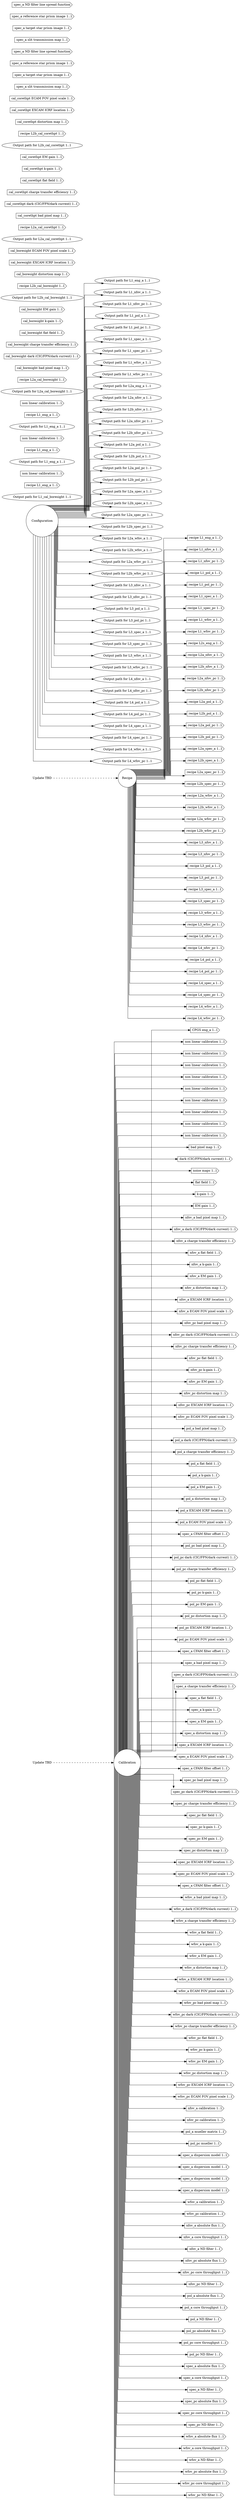
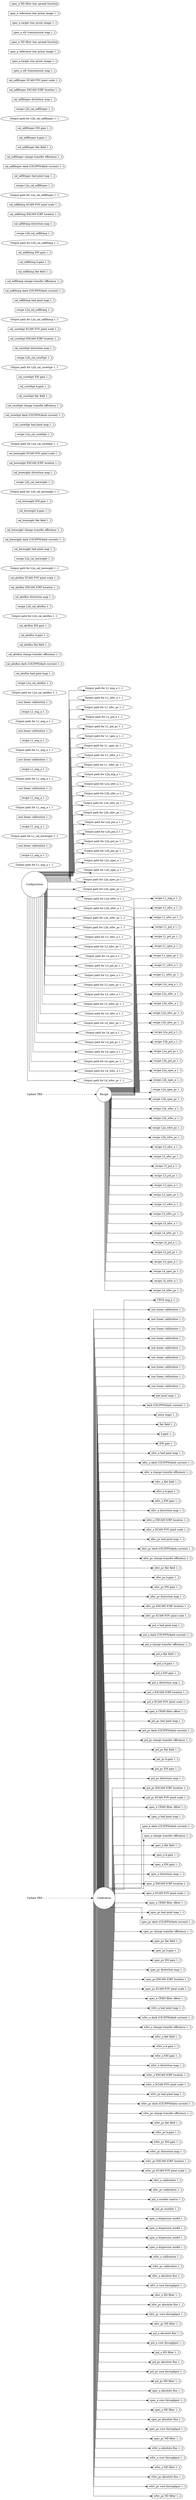
digraph Clerks
{
  graph [splines="ortho", rankdir=LR];

  alarm_cal [label="Update TBD", shape="none"];
  alarm_rec [label="Update TBD", shape="none"];

  calib [label="Calibration", shape="circle",
         runname="clerk.calibration"
         runtype="dawgie.Analyzer"
         fsmtype="dip.clerk.impls.calibration.FSM"];
  config [label="Configuration", shape="circle",
          runname="clerk.configuration",
          runtype="dawgie.Analyzer",
          fsmtype="dip.clerk.impls.config.FSM"];
  recipe [label="Recipe", shape="circle",
          runname="clerk.recipe"
          runtype="dawgie.Analyzer"
          fsmtype="dip.clerk.impls.recipe.FSM"];

  eng_a_cpgs [label="CPGS eng_a 1..1", shape="cds",
              valname="clerk.calibration.eng_a.cpgs",
              valtype="dip.base.Cpgs"];

  // begin l1
+   l1_cal_absflux_odir [label="Output path for L1_eng_a 1..1", shape="ellipse",
+                        valname="clerk.configuration.l1_cal_absflux.outdir",
+                        valtype="dip.base.Configuration"];
+   l1_cal_absflux_rec [label="recipe L1_eng_a 1..1", shape="cds",
+                       valname="clerk.recipe.l1_cal_absflux.recipe",
+                       valtype="dip.base.Recipe"];
+   l1_cal_absflux_nllut [label="non linear calibration 1..1", shape="cds",
+                         valname="clerk.calibration.l1_cal_absflux.nonlin",
+                         valtype="dip.base.Calibration"];
+ 
  l1_cal_boresight_odir [label="Output path for L1_cal_boresight 1..1", shape="ellipse",
                         valname="clerk.configuration.l1_cal_boresight.outdir",
                         valtype="dip.base.Configuration"];
  l1_cal_boresight_rec [label="recipe L1_eng_a 1..1", shape="cds",
                        valname="clerk.recipe.l1_cal_boresight.recipe",
                        valtype="dip.base.Recipe"];
  l1_cal_boresight_nllut [label="non linear calibration 1..1", shape="cds",
                          valname="clerk.calibration.l1_cal_boresight.nonlin",
                          valtype="dip.base.Calibration"];

  l1_cal_corethpt_odir [label="Output path for L1_eng_a 1..1", shape="ellipse",
                        valname="clerk.configuration.l1_cal_corethpt.outdir",
                        valtype="dip.base.Configuration"];
  l1_cal_corethpt_rec [label="recipe L1_eng_a 1..1", shape="cds",
                       valname="clerk.recipe.l1_cal_corethpt.recipe",
                       valtype="dip.base.Recipe"];
  l1_cal_corethpt_nllut [label="non linear calibration 1..1", shape="cds",
                         valname="clerk.calibration.l1_cal_corethpt.nonlin",
                         valtype="dip.base.Calibration"];

+   l1_cal_ndfiltimg_odir [label="Output path for L1_eng_a 1..1", shape="ellipse",
+                         valname="clerk.configuration.l1_cal_ndfiltimg.outdir",
+                         valtype="dip.base.Configuration"];
+   l1_cal_ndfiltimg_rec [label="recipe L1_eng_a 1..1", shape="cds",
+                        valname="clerk.recipe.l1_cal_ndfiltimg.recipe",
+                        valtype="dip.base.Recipe"];
+   l1_cal_ndfiltimg_nllut [label="non linear calibration 1..1", shape="cds",
+                          valname="clerk.calibration.l1_cal_ndfiltimg.nonlin",
+                          valtype="dip.base.Calibration"];
+ 
+   l1_cal_ndfiltspec_odir [label="Output path for L1_eng_a 1..1", shape="ellipse",
+                           valname="clerk.configuration.l1_cal_ndfiltspec.outdir",
+                           valtype="dip.base.Configuration"];
+   l1_cal_ndfiltspec_rec [label="recipe L1_eng_a 1..1", shape="cds",
+                          valname="clerk.recipe.l1_cal_ndfiltspec.recipe",
+                          valtype="dip.base.Recipe"];
+   l1_cal_ndfiltspec_nllut [label="non linear calibration 1..1", shape="cds",
+                            valname="clerk.calibration.l1_cal_ndfiltspec.nonlin",
+                            valtype="dip.base.Calibration"];
+ 
  l1_cal_pupil_odir [label="Output path for L1_eng_a 1..1", shape="ellipse",
                     valname="clerk.configuration.l1_cal_pupil.outdir",
                     valtype="dip.base.Configuration"];
  l1_cal_pupil_rec [label="recipe L1_eng_a 1..1", shape="cds",
                    valname="clerk.recipe.l1_cal_pupil.recipe",
                    valtype="dip.base.Recipe"];
  l1_cal_pupil_nllut [label="non linear calibration 1..1", shape="cds",
                      valname="clerk.calibration.l1_cal_pupil.nonlin",
                      valtype="dip.base.Calibration"];

  l1_eng_a_odir [label="Output path for L1_eng_a 1..1", shape="ellipse",
                 valname="clerk.configuration.l1_eng_a.outdir",
                 valtype="dip.base.Configuration"];
  l1_eng_a_rec [label="recipe L1_eng_a 1..1", shape="cds",
                valname="clerk.recipe.l1_eng_a.recipe",
                valtype="dip.base.Recipe"];
  l1_eng_a_nln [label="non linear calibration 1..1", shape="cds",
                valname="clerk.calibration.l1_eng_a.nonlin",
                valtype="dip.base.Calibration"];

  l1_nfov_a_odir [label="Output path for L1_nfov_a 1..1", shape="ellipse",
                 valname="clerk.configuration.l1_nfov_a.outdir",
                 valtype="dip.base.Configuration"];
  l1_nfov_a_rec [label="recipe L1_nfov_a 1..1", shape="cds",
                valname="clerk.recipe.l1_nfov_a.recipe",
                valtype="dip.base.Recipe"];
  l1_nfov_a_nllut [label="non linear calibration 1..1", shape="cds",
                     valname="clerk.calibration.l1_nfov_a.nonlin",
                     valtype="dip.base.Calibration"];

  l1_nfov_pc_odir [label="Output path for L1_nfov_pc 1..1", shape="ellipse",
                 valname="clerk.configuration.l1_nfov_pc.outdir",
                 valtype="dip.base.Configuration"];
  l1_nfov_pc_rec [label="recipe L1_nfov_pc 1..1", shape="cds",
                valname="clerk.recipe.l1_nfov_pc.recipe",
                valtype="dip.base.Recipe"];
  l1_nfov_pc_nllut [label="non linear calibration 1..1", shape="cds",
                     valname="clerk.calibration.l1_nfov_pc.nonlin",
                     valtype="dip.base.Calibration"];

  l1_pol_a_odir [label="Output path for L1_pol_a 1..1", shape="ellipse",
                 valname="clerk.configuration.l1_pol_a.outdir",
                 valtype="dip.base.Configuration"];
  l1_pol_a_rec [label="recipe L1_pol_a 1..1", shape="cds",
                valname="clerk.recipe.l1_pol_a.recipe",
                valtype="dip.base.Recipe"];
  l1_pol_a_nllut [label="non linear calibration 1..1", shape="cds",
                     valname="clerk.calibration.l1_pol_a.nonlin",
                     valtype="dip.base.Calibration"];

  l1_pol_pc_odir [label="Output path for L1_pol_pc 1..1", shape="ellipse",
                 valname="clerk.configuration.l1_pol_pc.outdir",
                 valtype="dip.base.Configuration"];
  l1_pol_pc_rec [label="recipe L1_pol_pc 1..1", shape="cds",
                valname="clerk.recipe.l1_pol_pc.recipe",
                valtype="dip.base.Recipe"];
  l1_pol_pc_nllut [label="non linear calibration 1..1", shape="cds",
                     valname="clerk.calibration.l1_pol_pc.nonlin",
                     valtype="dip.base.Calibration"];

  l1_spec_a_odir [label="Output path for L1_spec_a 1..1", shape="ellipse",
                 valname="clerk.configuration.l1_spec_a.outdir",
                 valtype="dip.base.Configuration"];
  l1_spec_a_rec [label="recipe L1_spec_a 1..1", shape="cds",
                valname="clerk.recipe.l1_spec_a.recipe",
                valtype="dip.base.Recipe"];
  l1_spec_a_nllut [label="non linear calibration 1..1", shape="cds",
                     valname="clerk.calibration.l1_spec_a.nonlin",
                     valtype="dip.base.Calibration"];

  l1_spec_pc_odir [label="Output path for L1_spec_pc 1..1", shape="ellipse",
                 valname="clerk.configuration.l1_spec_pc.outdir",
                 valtype="dip.base.Configuration"];
  l1_spec_pc_rec [label="recipe L1_spec_pc 1..1", shape="cds",
                valname="clerk.recipe.l1_spec_pc.recipe",
                valtype="dip.base.Recipe"];
  l1_spec_pc_nllut [label="non linear calibration 1..1", shape="cds",
                     valname="clerk.calibration.l1_spec_pc.nonlin",
                     valtype="dip.base.Calibration"];

  l1_wfov_a_odir [label="Output path for L1_wfov_a 1..1", shape="ellipse",
                 valname="clerk.configuration.l1_wfov_a.outdir",
                 valtype="dip.base.Configuration"];
  l1_wfov_a_rec [label="recipe L1_wfov_a 1..1", shape="cds",
                valname="clerk.recipe.l1_wfov_a.recipe",
                valtype="dip.base.Recipe"];
  l1_wfov_a_nllut [label="non linear calibration 1..1", shape="cds",
                     valname="clerk.calibration.l1_wfov_a.nonlin",
                     valtype="dip.base.Calibration"];

  l1_wfov_pc_odir [label="Output path for L1_wfov_pc 1..1", shape="ellipse",
                 valname="clerk.configuration.l1_wfov_pc.outdir",
                 valtype="dip.base.Configuration"];
  l1_wfov_pc_rec [label="recipe L1_wfov_pc 1..1", shape="cds",
                valname="clerk.recipe.l1_wfov_pc.recipe",
                valtype="dip.base.Recipe"];
  l1_wfov_pc_nllut [label="non linear calibration 1..1", shape="cds",
                     valname="clerk.calibration.l1_wfov_pc.nonlin",
                     valtype="dip.base.Calibration"];
  // end l1

  // begin l2
+   l2a_cal_absflux_odir [label="Output path for L2a_cal_absflux 1..1", shape="ellipse",
+                          valname="clerk.configuration.l2a_cal_absflux.outdir",
+                          valtype="dip.base.Configuration"];
+   l2a_cal_absflux_rec [label="recipe L2a_cal_absflux 1..1", shape="cds",
+                         valname="clerk.recipe.l2a_cal_absflux.recipe",
+                         valtype="dip.base.Recipe"];
+   l2a_cal_absflux_mbpm [label="cal_absflux bad pixel map 1..1", shape="cds",
+                          valname="clerk.calibration.l2a_cal_absflux.bad_pix_map",
+                          valtype="dip.base.Calibration"];
+   l2a_cal_absflux_dnb  [label="cal_absflux dark (CIC/FPN/dark current) 1..1", shape="cds",
+                          valname="clerk.calibration.l2a_cal_absflux.darks",
+                          valtype="dip.base.Calibration"];
+   l2a_cal_absflux_cti  [label="cal_absflux charge transfer efficiency 1..1", shape="cds",
+                          valname="clerk.calibration.l2a_cal_absflux.charge_xfer_eff",
+                          valtype="dip.base.Calibration"];
+   l2a_cal_absflux_ff  [label="cal_absflux flat field 1..1", shape="cds",
+                         valname="clerk.calibration.l2a_cal_absflux.flat_field",
+                         valtype="dip.base.Calibration"];
+   l2a_cal_absflux_kgain  [label="cal_absflux k-gain 1..1", shape="cds",
+                            valname="clerk.calibration.l2a_cal_absflux.k_gain",
+                            valtype="dip.base.Calibration"];
+   l2a_cal_absflux_emg [label="cal_absflux EM gain 1..1", shape="cds",
+                         valname="clerk.calibration.l2a_cal_absflux.em_gain",
+                         valtype="dip.base.Calibration"];
+   l2b_cal_absflux_odir [label="Output path for L2b_cal_absflux 1..1", shape="ellipse",
+                          valname="clerk.configuration.l2b_cal_absflux.outdir",
+                          valtype="dip.base.Configuration"];
+   l2b_cal_absflux_rec [label="recipe L2b_cal_absflux 1..1", shape="cds",
+                         valname="clerk.recipe.l2b_cal_absflux.recipe",
+                         valtype="dip.base.Recipe"];
+   l2b_cal_absflux_distm [label="cal_absflux distortion map 1..1", shape="cds",
+                           valname="clerk.calibration.l2b_cal_absflux.distortion_map",
+                           valtype="dip.base.Calibration"];
+   l2b_cal_absflux_excicrf [label="cal_absflux EXCAM ICRF location 1..1", shape="cds",
+                             valname="clerk.calibration.l2b_cal_absflux.excam_icrf_location",
+                             valtype="dip.base.Calibration"];
+   l2b_cal_absflux_excfovps [label="cal_absflux ECAM FOV pixel scale 1..1", shape="cds",
+                              valname="clerk.calibration.l2b_cal_absflux.excam_fov_pixel_scale",
+                              valtype="dip.base.Calibration"];
+ 
  l2a_cal_boresight_odir [label="Output path for L2a_cal_boresight 1..1", shape="ellipse",
                          valname="clerk.configuration.l2a_cal_boresight.outdir",
                          valtype="dip.base.Configuration"];
  l2a_cal_boresight_rec [label="recipe L2a_cal_boresight 1..1", shape="cds",
                         valname="clerk.recipe.l2a_cal_boresight.recipe",
                         valtype="dip.base.Recipe"];
  l2a_cal_boresight_mbpm [label="cal_boresight bad pixel map 1..1", shape="cds",
                          valname="clerk.calibration.l2a_cal_boresight.bad_pix_map",
                          valtype="dip.base.Calibration"];
  l2a_cal_boresight_dnb  [label="cal_boresight dark (CIC/FPN/dark current) 1..1", shape="cds",
                          valname="clerk.calibration.l2a_cal_boresight.darks",
                          valtype="dip.base.Calibration"];
  l2a_cal_boresight_cti  [label="cal_boresight charge transfer efficiency 1..1", shape="cds",
                          valname="clerk.calibration.l2a_cal_boresight.charge_xfer_eff",
                          valtype="dip.base.Calibration"];
  l2a_cal_boresight_ff  [label="cal_boresight flat field 1..1", shape="cds",
                         valname="clerk.calibration.l2a_cal_boresight.flat_field",
                         valtype="dip.base.Calibration"];
  l2a_cal_boresight_kgain  [label="cal_boresight k-gain 1..1", shape="cds",
                            valname="clerk.calibration.l2a_cal_boresight.k_gain",
                            valtype="dip.base.Calibration"];
  l2a_cal_boresight_emg [label="cal_boresight EM gain 1..1", shape="cds",
                         valname="clerk.calibration.l2a_cal_boresight.em_gain",
                         valtype="dip.base.Calibration"];
  l2b_cal_boresight_odir [label="Output path for L2b_cal_boresight 1..1", shape="ellipse",
                          valname="clerk.configuration.l2b_cal_boresight.outdir",
                          valtype="dip.base.Configuration"];
  l2b_cal_boresight_rec [label="recipe L2b_cal_boresight 1..1", shape="cds",
                         valname="clerk.recipe.l2b_cal_boresight.recipe",
                         valtype="dip.base.Recipe"];
  l2b_cal_boresight_distm [label="cal_boresight distortion map 1..1", shape="cds",
                           valname="clerk.calibration.l2b_cal_boresight.distortion_map",
                           valtype="dip.base.Calibration"];
  l2b_cal_boresight_excicrf [label="cal_boresight EXCAM ICRF location 1..1", shape="cds",
                             valname="clerk.calibration.l2b_cal_boresight.excam_icrf_location",
                             valtype="dip.base.Calibration"];
  l2b_cal_boresight_excfovps [label="cal_boresight ECAM FOV pixel scale 1..1", shape="cds",
                              valname="clerk.calibration.l2b_cal_boresight.excam_fov_pixel_scale",
                              valtype="dip.base.Calibration"];

  l2a_cal_corethpt_odir [label="Output path for L2a_cal_corethpt 1..1", shape="ellipse",
                         valname="clerk.configuration.l2a_cal_corethpt.outdir",
                         valtype="dip.base.Configuration"];
  l2a_cal_corethpt_rec [label="recipe L2a_cal_corethpt 1..1", shape="cds",
                        valname="clerk.recipe.l2a_cal_corethpt.recipe",
                        valtype="dip.base.Recipe"];
  l2a_cal_corethpt_mbpm [label="cal_corethpt bad pixel map 1..1", shape="cds",
                         valname="clerk.calibration.l2a_cal_corethpt.bad_pix_map",
                         valtype="dip.base.Calibration"];
  l2a_cal_corethpt_dnb  [label="cal_corethpt dark (CIC/FPN/dark current) 1..1", shape="cds",
                         valname="clerk.calibration.l2a_cal_corethpt.darks",
                         valtype="dip.base.Calibration"];
  l2a_cal_corethpt_cti  [label="cal_corethpt charge transfer efficiency 1..1", shape="cds",
                         valname="clerk.calibration.l2a_cal_corethpt.charge_xfer_eff",
                         valtype="dip.base.Calibration"];
  l2a_cal_corethpt_ff  [label="cal_corethpt flat field 1..1", shape="cds",
                        valname="clerk.calibration.l2a_cal_corethpt.flat_field",
                        valtype="dip.base.Calibration"];
  l2a_cal_corethpt_kgain  [label="cal_corethpt k-gain 1..1", shape="cds",
                           valname="clerk.calibration.l2a_cal_corethpt.k_gain",
                           valtype="dip.base.Calibration"];
  l2a_cal_corethpt_emg [label="cal_corethpt EM gain 1..1", shape="cds",
                        valname="clerk.calibration.l2a_cal_corethpt.em_gain",
                        valtype="dip.base.Calibration"];
  l2b_cal_corethpt_odir [label="Output path for L2b_cal_corethpt 1..1", shape="ellipse",
                         valname="clerk.configuration.l2b_cal_corethpt.outdir",
                         valtype="dip.base.Configuration"];
  l2b_cal_corethpt_rec [label="recipe L2b_cal_corethpt 1..1", shape="cds",
                        valname="clerk.recipe.l2b_cal_corethpt.recipe",
                        valtype="dip.base.Recipe"];
  l2b_cal_corethpt_distm [label="cal_corethpt distortion map 1..1", shape="cds",
                          valname="clerk.calibration.l2b_cal_corethpt.distortion_map",
                          valtype="dip.base.Calibration"];
  l2b_cal_corethpt_excicrf [label="cal_corethpt EXCAM ICRF location 1..1", shape="cds",
                            valname="clerk.calibration.l2b_cal_corethpt.excam_icrf_location",
                            valtype="dip.base.Calibration"];
  l2b_cal_corethpt_excfovps [label="cal_corethpt ECAM FOV pixel scale 1..1", shape="cds",
                             valname="clerk.calibration.l2b_cal_corethpt.excam_fov_pixel_scale",
                             valtype="dip.base.Calibration"];
+ 
+     l2a_cal_ndfiltimg_odir [label="Output path for L2a_cal_ndfiltimg 1..1", shape="ellipse",
+                          valname="clerk.configuration.l2a_cal_ndfiltimg.outdir",
+                          valtype="dip.base.Configuration"];
+   l2a_cal_ndfiltimg_rec [label="recipe L2a_cal_ndfiltimg 1..1", shape="cds",
+                         valname="clerk.recipe.l2a_cal_ndfiltimg.recipe",
+                         valtype="dip.base.Recipe"];
+   l2a_cal_ndfiltimg_mbpm [label="cal_ndfiltimg bad pixel map 1..1", shape="cds",
+                          valname="clerk.calibration.l2a_cal_ndfiltimg.bad_pix_map",
+                          valtype="dip.base.Calibration"];
+   l2a_cal_ndfiltimg_dnb  [label="cal_ndfiltimg dark (CIC/FPN/dark current) 1..1", shape="cds",
+                          valname="clerk.calibration.l2a_cal_ndfiltimg.darks",
+                          valtype="dip.base.Calibration"];
+   l2a_cal_ndfiltimg_cti  [label="cal_ndfiltimg charge transfer efficiency 1..1", shape="cds",
+                          valname="clerk.calibration.l2a_cal_ndfiltimg.charge_xfer_eff",
+                          valtype="dip.base.Calibration"];
+   l2a_cal_ndfiltimg_ff  [label="cal_ndfiltimg flat field 1..1", shape="cds",
+                         valname="clerk.calibration.l2a_cal_ndfiltimg.flat_field",
+                         valtype="dip.base.Calibration"];
+   l2a_cal_ndfiltimg_kgain  [label="cal_ndfiltimg k-gain 1..1", shape="cds",
+                            valname="clerk.calibration.l2a_cal_ndfiltimg.k_gain",
+                            valtype="dip.base.Calibration"];
+   l2a_cal_ndfiltimg_emg [label="cal_ndfiltimg EM gain 1..1", shape="cds",
+                         valname="clerk.calibration.l2a_cal_ndfiltimg.em_gain",
+                         valtype="dip.base.Calibration"];
+   l2b_cal_ndfiltimg_odir [label="Output path for L2b_cal_ndfiltimg 1..1", shape="ellipse",
+                          valname="clerk.configuration.l2b_cal_ndfiltimg.outdir",
+                          valtype="dip.base.Configuration"];
+   l2b_cal_ndfiltimg_rec [label="recipe L2b_cal_ndfiltimg 1..1", shape="cds",
+                         valname="clerk.recipe.l2b_cal_ndfiltimg.recipe",
+                         valtype="dip.base.Recipe"];
+   l2b_cal_ndfiltimg_distm [label="cal_ndfiltimg distortion map 1..1", shape="cds",
+                           valname="clerk.calibration.l2b_cal_ndfiltimg.distortion_map",
+                           valtype="dip.base.Calibration"];
+   l2b_cal_ndfiltimg_excicrf [label="cal_ndfiltimg EXCAM ICRF location 1..1", shape="cds",
+                             valname="clerk.calibration.l2b_cal_ndfiltimg.excam_icrf_location",
+                             valtype="dip.base.Calibration"];
+   l2b_cal_ndfiltimg_excfovps [label="cal_ndfiltimg ECAM FOV pixel scale 1..1", shape="cds",
+                              valname="clerk.calibration.l2b_cal_ndfiltimg.excam_fov_pixel_scale",
+                              valtype="dip.base.Calibration"];
+ 
+   l2a_cal_ndfiltspec_odir [label="Output path for L2a_cal_ndfiltspec 1..1", shape="ellipse",
+                          valname="clerk.configuration.l2a_cal_ndfiltspec.outdir",
+                          valtype="dip.base.Configuration"];
+   l2a_cal_ndfiltspec_rec [label="recipe L2a_cal_ndfiltspec 1..1", shape="cds",
+                         valname="clerk.recipe.l2a_cal_ndfiltspec.recipe",
+                         valtype="dip.base.Recipe"];
+   l2a_cal_ndfiltspec_mbpm [label="cal_ndfiltspec bad pixel map 1..1", shape="cds",
+                          valname="clerk.calibration.l2a_cal_ndfiltspec.bad_pix_map",
+                          valtype="dip.base.Calibration"];
+   l2a_cal_ndfiltspec_dnb  [label="cal_ndfiltspec dark (CIC/FPN/dark current) 1..1", shape="cds",
+                          valname="clerk.calibration.l2a_cal_ndfiltspec.darks",
+                          valtype="dip.base.Calibration"];
+   l2a_cal_ndfiltspec_cti  [label="cal_ndfiltspec charge transfer efficiency 1..1", shape="cds",
+                          valname="clerk.calibration.l2a_cal_ndfiltspec.charge_xfer_eff",
+                          valtype="dip.base.Calibration"];
+   l2a_cal_ndfiltspec_ff  [label="cal_ndfiltspec flat field 1..1", shape="cds",
+                         valname="clerk.calibration.l2a_cal_ndfiltspec.flat_field",
+                         valtype="dip.base.Calibration"];
+   l2a_cal_ndfiltspec_kgain  [label="cal_ndfiltspec k-gain 1..1", shape="cds",
+                            valname="clerk.calibration.l2a_cal_ndfiltspec.k_gain",
+                            valtype="dip.base.Calibration"];
+   l2a_cal_ndfiltspec_emg [label="cal_ndfiltspec EM gain 1..1", shape="cds",
+                         valname="clerk.calibration.l2a_cal_ndfiltspec.em_gain",
+                         valtype="dip.base.Calibration"];
+   l2b_cal_ndfiltspec_odir [label="Output path for L2b_cal_ndfiltspec 1..1", shape="ellipse",
+                          valname="clerk.configuration.l2b_cal_ndfiltspec.outdir",
+                          valtype="dip.base.Configuration"];
+   l2b_cal_ndfiltspec_rec [label="recipe L2b_cal_ndfiltspec 1..1", shape="cds",
+                         valname="clerk.recipe.l2b_cal_ndfiltspec.recipe",
+                         valtype="dip.base.Recipe"];
+   l2b_cal_ndfiltspec_distm [label="cal_ndfiltspec distortion map 1..1", shape="cds",
+                           valname="clerk.calibration.l2b_cal_ndfiltspec.distortion_map",
+                           valtype="dip.base.Calibration"];
+   l2b_cal_ndfiltspec_excicrf [label="cal_ndfiltspec EXCAM ICRF location 1..1", shape="cds",
+                             valname="clerk.calibration.l2b_cal_ndfiltspec.excam_icrf_location",
+                             valtype="dip.base.Calibration"];
+   l2b_cal_ndfiltspec_excfovps [label="cal_ndfiltspec ECAM FOV pixel scale 1..1", shape="cds",
+                              valname="clerk.calibration.l2b_cal_ndfiltspec.excam_fov_pixel_scale",
+                              valtype="dip.base.Calibration"];
+ 

  l2a_eng_a_odir [label="Output path for L2a_eng_a 1..1", shape="ellipse",
                 valname="clerk.configuration.l2_eng_a.outdir",
                 valtype="dip.base.Configuration"];
  l2a_eng_a_rec [label="recipe L2s_eng_a 1..1", shape="cds",
                 valname="clerk.recipe.l2a_eng_a.recipe",
                 valtype="dip.base.Recipe"];
  l2a_eng_a_mbpm [label="bad pixel map 1..1", shape="cds",
                valname="clerk.calibration.l2a_eng_a.bad_pix_map",
                valtype="dip.base.Calibration"];
  l2a_eng_a_dnb  [label="dark (CIC/FPN/dark current) 1..1", shape="cds",
                  valname="clerk.calibration.l2a_eng_a.darks",
                  valtype="dip.base.Calibration"];
  l2a_eng_a_nm  [label="noise maps 1..1", shape="cds",
                valname="clerk.calibration.l2a_eng_a.noise_map",
                valtype="dip.base.Calibration"];
  l2a_eng_a_ff  [label="flat field 1..1", shape="cds",
                valname="clerk.calibration.l2a_eng_a.flat_field",
                valtype="dip.base.Calibration"];
  l2a_eng_a_kgain  [label="k-gain 1..1", shape="cds",
                valname="clerk.calibration.l2a_eng_a.k_gain",
                valtype="dip.base.Calibration"];
  l2a_eng_a_emg [label="EM gain 1..1", shape="cds",
                valname="clerk.calibration.l2a_eng_a.em_gain",
                valtype="dip.base.Calibration"];

  l2a_nfov_a_odir [label="Output path for L2a_nfov_a 1..1", shape="ellipse",
                 valname="clerk.configuration.l2a_nfov_a.outdir",
                 valtype="dip.base.Configuration"];
  l2a_nfov_a_rec [label="recipe L2a_nfov_a 1..1", shape="cds",
                 valname="clerk.recipe.l2a_nfov_a.recipe",
                 valtype="dip.base.Recipe"];
  l2a_nfov_a_mbpm [label="nfov_a bad pixel map 1..1", shape="cds",
                valname="clerk.calibration.l2a_nfov_a.bad_pix_map",
                valtype="dip.base.Calibration"];
  l2a_nfov_a_dnb  [label="nfov_a dark (CIC/FPN/dark current) 1..1", shape="cds",
                  valname="clerk.calibration.l2a_nfov_a.darks",
                  valtype="dip.base.Calibration"];
  l2a_nfov_a_cti  [label="nfov_a charge transfer efficiency 1..1", shape="cds",
                valname="clerk.calibration.l2a_nfov_a.charge_xfer_eff",
                valtype="dip.base.Calibration"];
  l2a_nfov_a_ff  [label="nfov_a flat field 1..1", shape="cds",
                valname="clerk.calibration.l2a_nfov_a.flat_field",
                valtype="dip.base.Calibration"];
  l2a_nfov_a_kgain  [label="nfov_a k-gain 1..1", shape="cds",
                valname="clerk.calibration.l2a_nfov_a.k_gain",
                valtype="dip.base.Calibration"];
  l2a_nfov_a_emg [label="nfov_a EM gain 1..1", shape="cds",
                valname="clerk.calibration.l2a_nfov_a.em_gain",
                valtype="dip.base.Calibration"];
  l2b_nfov_a_odir [label="Output path for L2b_nfov_a 1..1", shape="ellipse",
                 valname="clerk.configuration.l2b_nfov_a.outdir",
                 valtype="dip.base.Configuration"];
  l2b_nfov_a_rec [label="recipe L2b_nfov_a 1..1", shape="cds",
                 valname="clerk.recipe.l2b_nfov_a.recipe",
                 valtype="dip.base.Recipe"];
  l2b_nfov_a_distm [label="nfov_a distortion map 1..1", shape="cds",
                 valname="clerk.calibration.l2b_nfov_a.distortion_map",
                 valtype="dip.base.Calibration"];
  l2b_nfov_a_excicrf [label="nfov_a EXCAM ICRF location 1..1", shape="cds",
                 valname="clerk.calibration.l2b_nfov_a.excam_icrf_location",
                 valtype="dip.base.Calibration"];
  l2b_nfov_a_excfovps [label="nfov_a ECAM FOV pixel scale 1..1", shape="cds",
                 valname="clerk.calibration.l2b_nfov_a.excam_fov_pixel_scale",
                 valtype="dip.base.Calibration"];

  l2a_nfov_pc_odir [label="Output path for L2a_nfov_pc 1..1", shape="ellipse",
                 valname="clerk.configuration.l2a_nfov_pc.outdir",
                 valtype="dip.base.Configuration"];
  l2a_nfov_pc_rec [label="recipe L2a_nfov_pc 1..1", shape="cds",
                 valname="clerk.recipe.l2a_nfov_pc.recipe",
                 valtype="dip.base.Recipe"];
  l2a_nfov_pc_mbpm [label="nfov_pc bad pixel map 1..1", shape="cds",
                valname="clerk.calibration.l2a_nfov_pc.bad_pix_map",
                valtype="dip.base.Calibration"];
  l2a_nfov_pc_dnb  [label="nfov_pc dark (CIC/FPN/dark current) 1..1", shape="cds",
                  valname="clerk.calibration.l2a_nfov_pc.darks",
                  valtype="dip.base.Calibration"];
  l2a_nfov_pc_cti  [label="nfov_pc charge transfer efficiency 1..1", shape="cds",
                valname="clerk.calibration.l2a_nfov_pc.charge_xfer_eff",
                valtype="dip.base.Calibration"];
  l2a_nfov_pc_ff  [label="nfov_pc flat field 1..1", shape="cds",
                valname="clerk.calibration.l2a_nfov_pc.flat_field",
                valtype="dip.base.Calibration"];
  l2a_nfov_pc_kgain  [label="nfov_pc k-gain 1..1", shape="cds",
                valname="clerk.calibration.l2a_nfov_pc.k_gain",
                valtype="dip.base.Calibration"];
  l2a_nfov_pc_emg [label="nfov_pc EM gain 1..1", shape="cds",
                valname="clerk.calibration.l2a_nfov_pc.em_gain",
                valtype="dip.base.Calibration"];
  l2b_nfov_pc_odir [label="Output path for L2b_nfov_pc 1..1", shape="ellipse",
                 valname="clerk.configuration.l2b_nfov_pc.outdir",
                 valtype="dip.base.Configuration"];
  l2b_nfov_pc_rec [label="recipe L2b_nfov_pc 1..1", shape="cds",
                 valname="clerk.recipe.l2b_nfov_pc.recipe",
                 valtype="dip.base.Recipe"];
  l2b_nfov_pc_distm [label="nfov_pc distortion map 1..1", shape="cds",
                 valname="clerk.calibration.l2b_nfov_pc.distortion_map",
                 valtype="dip.base.Calibration"];
  l2b_nfov_pc_excicrf [label="nfov_pc EXCAM ICRF location 1..1", shape="cds",
                 valname="clerk.calibration.l2b_nfov_pc.excam_icrf_location",
                 valtype="dip.base.Calibration"];
  l2b_nfov_pc_excfovps [label="nfov_pc ECAM FOV pixel scale 1..1", shape="cds",
                 valname="clerk.calibration.l2b_nfov_pc.excam_fov_pixel_scale",
                 valtype="dip.base.Calibration"];

  l2a_pol_a_odir [label="Output path for L2a_pol_a 1..1", shape="ellipse",
                 valname="clerk.configuration.l2a_pol_a.outdir",
                 valtype="dip.base.Configuration"];
  l2a_pol_a_rec [label="recipe L2a_pol_a 1..1", shape="cds",
                 valname="clerk.recipe.l2a_pol_a.recipe",
                 valtype="dip.base.Recipe"];
  l2a_pol_a_mbpm [label="pol_a bad pixel map 1..1", shape="cds",
                valname="clerk.calibration.l2a_pol_a.bad_pix_map",
                valtype="dip.base.Calibration"];
  l2a_pol_a_dnb  [label="pol_a dark (CIC/FPN/dark current) 1..1", shape="cds",
                  valname="clerk.calibration.l2a_pol_a.darks",
                  valtype="dip.base.Calibration"];
  l2a_pol_a_cti  [label="pol_a charge transfer efficiency 1..1", shape="cds",
                valname="clerk.calibration.l2a_pol_a.charge_xfer_eff",
                valtype="dip.base.Calibration"];
  l2a_pol_a_polff  [label="pol_a flat field 1..1", shape="cds",
                valname="clerk.calibration.l2a_pol_a.flat_field",
                valtype="dip.base.Calibration"];
  l2a_pol_a_kgain  [label="pol_a k-gain 1..1", shape="cds",
                valname="clerk.calibration.l2a_pol_a.k_gain",
                valtype="dip.base.Calibration"];
  l2a_pol_a_emg [label="pol_a EM gain 1..1", shape="cds",
                valname="clerk.calibration.l2a_pol_a.em_gain",
                valtype="dip.base.Calibration"];
  l2b_pol_a_odir [label="Output path for L2b_pol_a 1..1", shape="ellipse",
                 valname="clerk.configuration.l2b_pol_a.outdir",
                 valtype="dip.base.Configuration"];
  l2b_pol_a_rec [label="recipe L2b_pol_a 1..1", shape="cds",
                 valname="clerk.recipe.l2b_pol_a.recipe",
                 valtype="dip.base.Recipe"];
  l2b_pol_a_distm [label="pol_a distortion map 1..1", shape="cds",
                 valname="clerk.calibration.l2b_pol_a.distortion_map",
                 valtype="dip.base.Calibration"];
  l2b_pol_a_excicrf [label="pol_a EXCAM ICRF location 1..1", shape="cds",
                 valname="clerk.calibration.l2b_pol_a.excam_icrf_location",
                 valtype="dip.base.Calibration"];
  l2b_pol_a_excfovps [label="pol_a ECAM FOV pixel scale 1..1", shape="cds",
                 valname="clerk.calibration.l2b_pol_a.excam_fov_pixel_scale",
                 valtype="dip.base.Calibration"];
  l2b_pol_a_cfamfo [label="spec_a CFAM filter offset 1..1", shape="cds",
                 valname="clerk.calibration.l2b_pol_a.cfam_filter_offset",
                 valtype="dip.base.Calibration"];

  l2a_pol_pc_odir [label="Output path for L2a_pol_pc 1..1", shape="ellipse",
                 valname="clerk.configuration.l2a_pol_pc.outdir",
                 valtype="dip.base.Configuration"];
  l2a_pol_pc_rec [label="recipe L2a_pol_pc 1..1", shape="cds",
                 valname="clerk.recipe.l2a_pol_pc.recipe",
                 valtype="dip.base.Recipe"];
  l2a_pol_pc_mbpm [label="pol_pc bad pixel map 1..1", shape="cds",
                valname="clerk.calibration.l2a_pol_pc.bad_pix_map",
                valtype="dip.base.Calibration"];
  l2a_pol_pc_dnb  [label="pol_pc dark (CIC/FPN/dark current) 1..1", shape="cds",
                  valname="clerk.calibration.l2a_pol_pc.darks",
                  valtype="dip.base.Calibration"];
  l2a_pol_pc_cti  [label="pol_pc charge transfer efficiency 1..1", shape="cds",
                valname="clerk.calibration.l2a_pol_pc.charge_xfer_eff",
                valtype="dip.base.Calibration"];
  l2a_pol_pc_polff  [label="pol_pc flat field 1..1", shape="cds",
                valname="clerk.calibration.l2a_pol_pc.flat_field",
                valtype="dip.base.Calibration"];
  l2a_pol_pc_kgain  [label="pol_pc k-gain 1..1", shape="cds",
                valname="clerk.calibration.l2a_pol_pc.k_gain",
                valtype="dip.base.Calibration"];
  l2a_pol_pc_emg [label="pol_pc EM gain 1..1", shape="cds",
                valname="clerk.calibration.l2a_pol_pc.em_gain",
                valtype="dip.base.Calibration"];
  l2b_pol_pc_odir [label="Output path for L2b_pol_pc 1..1", shape="ellipse",
                 valname="clerk.configuration.l2b_pol_pc.outdir",
                 valtype="dip.base.Configuration"];
  l2b_pol_pc_rec [label="recipe L2b_pol_pc 1..1", shape="cds",
                 valname="clerk.recipe.l2b_pol_pc.recipe",
                 valtype="dip.base.Recipe"];
  l2b_pol_pc_distm [label="pol_pc distortion map 1..1", shape="cds",
                 valname="clerk.calibration.l2b_pol_pc.distortion_map",
                 valtype="dip.base.Calibration"];
  l2b_pol_pc_excicrf [label="pol_pc EXCAM ICRF location 1..1", shape="cds",
                 valname="clerk.calibration.l2b_pol_pc.excam_icrf_location",
                 valtype="dip.base.Calibration"];
  l2b_pol_pc_excfovps [label="pol_pc ECAM FOV pixel scale 1..1", shape="cds",
                 valname="clerk.calibration.l2b_pol_pc.excam_fov_pixel_scale",
                 valtype="dip.base.Calibration"];
  l2b_pol_pc_cfamfo [label="spec_a CFAM filter offset 1..1", shape="cds",
                 valname="clerk.calibration.l2b_pol_pc.cfam_filter_offset",
                 valtype="dip.base.Calibration"];

  l2a_spec_a_odir [label="Output path for L2a_spec_a 1..1", shape="ellipse",
                 valname="clerk.configuration.l2a_spec_a.outdir",
                 valtype="dip.base.Configuration"];
  l2a_spec_a_rec [label="recipe L2a_spec_a 1..1", shape="cds",
                 valname="clerk.recipe.l2a_spec_a.recipe",
                 valtype="dip.base.Recipe"];
  l2a_spec_a_mbpm [label="spec_a bad pixel map 1..1", shape="cds",
                valname="clerk.calibration.l2a_spec_a.bad_pix_map",
                valtype="dip.base.Calibration"];
  l2a_spec_a_dnb  [label="spec_a dark (CIC/FPN/dark current) 1..1", shape="cds",
                  valname="clerk.calibration.l2a_spec_a.darks",
                  valtype="dip.base.Calibration"];
  l2a_spec_a_cti  [label="spec_a charge transfer efficiency 1..1", shape="cds",
                valname="clerk.calibration.l2a_spec_a.charge_xfer_eff",
                valtype="dip.base.Calibration"];
  l2a_spec_a_ff  [label="spec_a flat field 1..1", shape="cds",
                valname="clerk.calibration.l2a_spec_a.flat_field",
                valtype="dip.base.Calibration"];
  l2a_spec_a_kgain  [label="spec_a k-gain 1..1", shape="cds",
                valname="clerk.calibration.l2a_spec_a.k_gain",
                valtype="dip.base.Calibration"];
  l2a_spec_a_emg [label="spec_a EM gain 1..1", shape="cds",
                valname="clerk.calibration.l2a_spec_a.em_gain",
                valtype="dip.base.Calibration"];
  l2b_spec_a_odir [label="Output path for L2b_spec_a 1..1", shape="ellipse",
                 valname="clerk.configuration.l2b_spec_a.outdir",
                 valtype="dip.base.Configuration"];
  l2b_spec_a_rec [label="recipe L2b_spec_a 1..1", shape="cds",
                 valname="clerk.recipe.l2b_spec_a.recipe",
                 valtype="dip.base.Recipe"];
  l2b_spec_a_distm [label="spec_a distortion map 1..1", shape="cds",
                 valname="clerk.calibration.l2b_spec_a.distortion_map",
                 valtype="dip.base.Calibration"];
  l2b_spec_a_excicrf [label="spec_a EXCAM ICRF location 1..1", shape="cds",
                 valname="clerk.calibration.l2b_spec_a.excam_icrf_location",
                 valtype="dip.base.Calibration"];
  l2b_spec_a_excfovps [label="spec_a ECAM FOV pixel scale 1..1", shape="cds",
                 valname="clerk.calibration.l2b_spec_a.excam_fov_pixel_scale",
                 valtype="dip.base.Calibration"];
  l2b_spec_a_cfamfo [label="spec_a CFAM filter offset 1..1", shape="cds",
                 valname="clerk.calibration.l2b_spec_a.cfam_filter_offset",
                 valtype="dip.base.Calibration"];

  l2a_spec_pc_odir [label="Output path for L2a_spec_pc 1..1", shape="ellipse",
                 valname="clerk.configuration.l2a_spec_pc.outdir",
                 valtype="dip.base.Configuration"];
  l2a_spec_pc_rec [label="recipe L2a_spec_pc 1..1", shape="cds",
                 valname="clerk.recipe.l2a_spec_pc.recipe",
                 valtype="dip.base.Recipe"];
  l2a_spec_pc_mbpm [label="spec_pc bad pixel map 1..1", shape="cds",
                valname="clerk.calibration.l2a_spec_pc.bad_pix_map",
                valtype="dip.base.Calibration"];
  l2a_spec_pc_dnb  [label="spec_pc dark (CIC/FPN/dark current) 1..1", shape="cds",
                  valname="clerk.calibration.l2a_spec_pc.darks",
                  valtype="dip.base.Calibration"];
  l2a_spec_pc_cti  [label="spec_pc charge transfer efficiency 1..1", shape="cds",
                valname="clerk.calibration.l2a_spec_pc.charge_xfer_eff",
                valtype="dip.base.Calibration"];
  l2a_spec_pc_ff  [label="spec_pc flat field 1..1", shape="cds",
                valname="clerk.calibration.l2a_spec_pc.flat_field",
                valtype="dip.base.Calibration"];
  l2a_spec_pc_kgain  [label="spec_pc k-gain 1..1", shape="cds",
                valname="clerk.calibration.l2a_spec_pc.k_gain",
                valtype="dip.base.Calibration"];
  l2a_spec_pc_emg [label="spec_pc EM gain 1..1", shape="cds",
                valname="clerk.calibration.l2a_spec_pc.em_gain",
                valtype="dip.base.Calibration"];
  l2b_spec_pc_odir [label="Output path for L2b_spec_pc 1..1", shape="ellipse",
                 valname="clerk.configuration.l2b_spec_pc.outdir",
                 valtype="dip.base.Configuration"];
  l2b_spec_pc_rec [label="recipe L2b_spec_pc 1..1", shape="cds",
                 valname="clerk.recipe.l2b_spec_pc.recipe",
                 valtype="dip.base.Recipe"];
  l2b_spec_pc_distm [label="spec_pc distortion map 1..1", shape="cds",
                 valname="clerk.calibration.l2b_spec_pc.distortion_map",
                 valtype="dip.base.Calibration"];
  l2b_spec_pc_excicrf [label="spec_pc EXCAM ICRF location 1..1", shape="cds",
                 valname="clerk.calibration.l2b_spec_pc.excam_icrf_location",
                 valtype="dip.base.Calibration"];
  l2b_spec_pc_excfovps [label="spec_pc ECAM FOV pixel scale 1..1", shape="cds",
                 valname="clerk.calibration.l2b_spec_pc.excam_fov_pixel_scale",
                 valtype="dip.base.Calibration"];
  l2b_spec_pc_cfamfo [label="spec_a CFAM filter offset 1..1", shape="cds",
                 valname="clerk.calibration.l2b_spec_pc.cfam_filter_offset",
                 valtype="dip.base.Calibration"];

  l2a_wfov_a_odir [label="Output path for L2a_wfov_a 1..1", shape="ellipse",
                 valname="clerk.configuration.l2a_wfov_a.outdir",
                 valtype="dip.base.Configuration"];
  l2a_wfov_a_rec [label="recipe L2a_wfov_a 1..1", shape="cds",
                 valname="clerk.recipe.l2a_wfov_a.recipe",
                 valtype="dip.base.Recipe"];
  l2a_wfov_a_mbpm [label="wfov_a bad pixel map 1..1", shape="cds",
                valname="clerk.calibration.l2a_wfov_a.bad_pix_map",
                valtype="dip.base.Calibration"];
  l2a_wfov_a_dnb  [label="wfov_a dark (CIC/FPN/dark current) 1..1", shape="cds",
                  valname="clerk.calibration.l2a_wfov_a.darks",
                  valtype="dip.base.Calibration"];
  l2a_wfov_a_cti  [label="wfov_a charge transfer efficiency 1..1", shape="cds",
                valname="clerk.calibration.l2a_wfov_a.charge_xfer_eff",
                valtype="dip.base.Calibration"];
  l2a_wfov_a_ff  [label="wfov_a flat field 1..1", shape="cds",
                valname="clerk.calibration.l2a_wfov_a.flat_field",
                valtype="dip.base.Calibration"];
  l2a_wfov_a_kgain  [label="wfov_a k-gain 1..1", shape="cds",
                valname="clerk.calibration.l2a_wfov_a.k_gain",
                valtype="dip.base.Calibration"];
  l2a_wfov_a_emg [label="wfov_a EM gain 1..1", shape="cds",
                valname="clerk.calibration.l2a_wfov_a.em_gain",
                valtype="dip.base.Calibration"];
  l2b_wfov_a_odir [label="Output path for L2b_wfov_a 1..1", shape="ellipse",
                 valname="clerk.configuration.l2b_wfov_a.outdir",
                 valtype="dip.base.Configuration"];
  l2b_wfov_a_rec [label="recipe L2b_wfov_a 1..1", shape="cds",
                 valname="clerk.recipe.l2b_wfov_a.recipe",
                 valtype="dip.base.Recipe"];
  l2b_wfov_a_distm [label="wfov_a distortion map 1..1", shape="cds",
                 valname="clerk.calibration.l2b_wfov_a.distortion_map",
                 valtype="dip.base.Calibration"];
  l2b_wfov_a_excicrf [label="wfov_a EXCAM ICRF location 1..1", shape="cds",
                 valname="clerk.calibration.l2b_wfov_a.excam_icrf_location",
                 valtype="dip.base.Calibration"];
  l2b_wfov_a_excfovps [label="wfov_a ECAM FOV pixel scale 1..1", shape="cds",
                 valname="clerk.calibration.l2b_wfov_a.excam_fov_pixel_scale",
                 valtype="dip.base.Calibration"];

  l2a_wfov_pc_odir [label="Output path for L2a_wfov_pc 1..1", shape="ellipse",
                 valname="clerk.configuration.l2a_wfov_pc.outdir",
                 valtype="dip.base.Configuration"];
  l2a_wfov_pc_rec [label="recipe L2a_wfov_pc 1..1", shape="cds",
                 valname="clerk.recipe.l2a_wfov_pc.recipe",
                 valtype="dip.base.Recipe"];
  l2a_wfov_pc_mbpm [label="wfov_pc bad pixel map 1..1", shape="cds",
                valname="clerk.calibration.l2a_wfov_pc.bad_pix_map",
                valtype="dip.base.Calibration"];
  l2a_wfov_pc_dnb  [label="wfov_pc dark (CIC/FPN/dark current) 1..1", shape="cds",
                  valname="clerk.calibration.l2a_wfov_pc.darks",
                  valtype="dip.base.Calibration"];
  l2a_wfov_pc_cti  [label="wfov_pc charge transfer efficiency 1..1", shape="cds",
                valname="clerk.calibration.l2a_wfov_pc.charge_xfer_eff",
                valtype="dip.base.Calibration"];
  l2a_wfov_pc_ff  [label="wfov_pc flat field 1..1", shape="cds",
                valname="clerk.calibration.l2a_wfov_pc.flat_field",
                valtype="dip.base.Calibration"];
  l2a_wfov_pc_kgain  [label="wfov_pc k-gain 1..1", shape="cds",
                valname="clerk.calibration.l2a_wfov_pc.k_gain",
                valtype="dip.base.Calibration"];
  l2a_wfov_pc_emg [label="wfov_pc EM gain 1..1", shape="cds",
                valname="clerk.calibration.l2a_wfov_pc.em_gain",
                valtype="dip.base.Calibration"];
  l2b_wfov_pc_odir [label="Output path for L2b_wfov_pc 1..1", shape="ellipse",
                 valname="clerk.configuration.l2b_wfov_pc.outdir",
                 valtype="dip.base.Configuration"];
  l2b_wfov_pc_rec [label="recipe L2b_wfov_pc 1..1", shape="cds",
                 valname="clerk.recipe.l2b_wfov_pc.recipe",
                 valtype="dip.base.Recipe"];
  l2b_wfov_pc_distm [label="wfov_pc distortion map 1..1", shape="cds",
                 valname="clerk.calibration.l2b_wfov_pc.distortion_map",
                 valtype="dip.base.Calibration"];
  l2b_wfov_pc_excicrf [label="wfov_pc EXCAM ICRF location 1..1", shape="cds",
                 valname="clerk.calibration.l2b_wfov_pc.excam_icrf_location",
                 valtype="dip.base.Calibration"];
  l2b_wfov_pc_excfovps [label="wfov_pc ECAM FOV pixel scale 1..1", shape="cds",
                 valname="clerk.calibration.l2b_wfov_pc.excam_fov_pixel_scale",
                 valtype="dip.base.Calibration"];
  // end l2

  // begin l3

  l3_nfov_a_odir [label="Output path for L3_nfov_a 1..1", shape="ellipse",
                 valname="clerk.configuration.l3_nfov_a.outdir",
                 valtype="dip.base.Configuration"];
  l3_nfov_a_rec [label="recipe L3_nfov_a 1..1", shape="cds",
                 valname="clerk.recipe.l3_nfov_a.recipe",
                 valtype="dip.base.Recipe"];
  l3_nfov_a_cal [label="nfov_a calibration 1..1", shape="cds",
                 valname="clerk.calibration.l3_nfov_a.calibration",
                 valtype="dip.base.Calibration"];

  l3_nfov_pc_odir [label="Output path for L3_nfov_pc 1..1", shape="ellipse",
                 valname="clerk.configuration.l3_nfov_pc.outdir",
                 valtype="dip.base.Configuration"];
  l3_nfov_pc_rec [label="recipe L3_nfov_pc 1..1", shape="cds",
                 valname="clerk.recipe.l3_nfov_pc.recipe",
                 valtype="dip.base.Recipe"];
  l3_nfov_pc_cal [label="nfov_pc calibration 1..1", shape="cds",
                 valname="clerk.calibration.l3_nfov_pc.calibration",
                 valtype="dip.base.Calibration"];

  l3_pol_a_odir [label="Output path for L3_pol_a 1..1", shape="ellipse",
                 valname="clerk.configuration.l3_pol_a.outdir",
                 valtype="dip.base.Configuration"];
  l3_pol_a_rec [label="recipe L3_pol_a 1..1", shape="cds",
                 valname="clerk.recipe.l3_pol_a.recipe",
                 valtype="dip.base.Recipe"];
  l3_pol_a_mueller [label="pol_a mueller matrix 1..1", shape="cds",
                 valname="clerk.calibration.l3_pol_a.mueller_matrix",
                 valtype="dip.base.Calibration"];

  l3_pol_pc_odir [label="Output path for L3_pol_pc 1..1", shape="ellipse",
                 valname="clerk.configuration.l3_pol_pc.outdir",
                 valtype="dip.base.Configuration"];
  l3_pol_pc_rec [label="recipe L3_pol_pc 1..1", shape="cds",
                 valname="clerk.recipe.l3_pol_pc.recipe",
                 valtype="dip.base.Recipe"];
  l3_pol_pc_mueller [label="pol_pc mueller 1..1", shape="cds",
                 valname="clerk.calibration.l3_pol_pc.mueller_matrix",
                 valtype="dip.base.Calibration"];

  l3_spec_a_odir [label="Output path for L3_spec_a 1..1", shape="ellipse",
                 valname="clerk.configuration.l3_spec_a.outdir",
                 valtype="dip.base.Configuration"];
  l3_spec_a_rec [label="recipe L3_spec_a 1..1", shape="cds",
                 valname="clerk.recipe.l3_spec_a.recipe",
                 valtype="dip.base.Recipe"];
  l3_spec_a_dispm [label="spec_a dispersion model 1..1", shape="cds",
                 valname="clerk.calibration.l3_spec_a.dispersion_model",
                 valtype="dip.base.Calibration"];
  l3_spec_a_wavem [label="spec_a dispersion model 1..1", shape="cds",
                 valname="clerk.calibration.l3_spec_a.wavelength_map",
                 valtype="dip.base.Calibration"];

  l3_spec_pc_odir [label="Output path for L3_spec_pc 1..1", shape="ellipse",
                 valname="clerk.configuration.l3_spec_pc.outdir",
                 valtype="dip.base.Configuration"];
  l3_spec_pc_rec [label="recipe L3_spec_pc 1..1", shape="cds",
                 valname="clerk.recipe.l3_spec_pc.recipe",
                 valtype="dip.base.Recipe"];
  l3_spec_pc_dispm [label="spec_a dispersion model 1..1", shape="cds",
                 valname="clerk.calibration.l3_spec_pc.dispersion_model",
                 valtype="dip.base.Calibration"];
  l3_spec_pc_wavem [label="spec_a dispersion model 1..1", shape="cds",
                 valname="clerk.calibration.l3_spec_pc.wavelength_map",
                 valtype="dip.base.Calibration"];

  l3_wfov_a_odir [label="Output path for L3_wfov_a 1..1", shape="ellipse",
                 valname="clerk.configuration.l3_wfov_a.outdir",
                 valtype="dip.base.Configuration"];
  l3_wfov_a_rec [label="recipe L3_wfov_a 1..1", shape="cds",
                 valname="clerk.recipe.l3_wfov_a.recipe",
                 valtype="dip.base.Recipe"];
  l3_wfov_a_cal [label="wfov_a calibration 1..1", shape="cds",
                 valname="clerk.calibration.l3_wfov_a.calibration",
                 valtype="dip.base.Calibration"];

  l3_wfov_pc_odir [label="Output path for L3_wfov_pc 1..1", shape="ellipse",
                 valname="clerk.configuration.l3_wfov_pc.outdir",
                 valtype="dip.base.Configuration"];
  l3_wfov_pc_rec [label="recipe L3_wfov_pc 1..1", shape="cds",
                 valname="clerk.recipe.l3_wfov_pc.recipe",
                 valtype="dip.base.Recipe"];
  l3_wfov_pc_cal [label="wfov_pc calibration 1..1", shape="cds",
                 valname="clerk.calibration.l3_wfov_pc.calibration",
                 valtype="dip.base.Calibration"];
  // end l3

  // begin l4

  l4_nfov_a_odir [label="Output path for L4_nfov_a 1..1", shape="ellipse",
                 valname="clerk.configuration.l4_nfov_a.outdir",
                 valtype="dip.base.Configuration"];
  l4_nfov_a_rec [label="recipe L4_nfov_a 1..1", shape="cds",
                 valname="clerk.recipe.l4_nfov_a.recipe",
                 valtype="dip.base.Recipe"];
  l4_nfov_a_afcal [label="nfov_a absolute flux 1..1", shape="cds",
                 valname="clerk.calibration.l4_nfov_a.absolute_flux",
                 valtype="dip.base.Calibration"];
  l4_nfov_a_ctcal [label="nfov_a core throughput 1..1", shape="cds",
                 valname="clerk.calibration.l4_nfov_a.core_thruput",
                 valtype="dip.base.Calibration"];
  l4_nfov_a_ndfilt [label="nfov_a ND filter 1..1", shape="cds",
                 valname="clerk.calibration.l4_nfov_a.nd_filter",
                 valtype="dip.base.Calibration"];

  l4_nfov_pc_odir [label="Output path for L4_nfov_pc 1..1", shape="ellipse",
                 valname="clerk.configuration.l4_nfov_pc.outdir",
                 valtype="dip.base.Configuration"];
  l4_nfov_pc_rec [label="recipe L4_nfov_pc 1..1", shape="cds",
                 valname="clerk.recipe.l4_nfov_pc.recipe",
                 valtype="dip.base.Recipe"];
  l4_nfov_pc_afcal [label="nfov_pc absolute flux 1..1", shape="cds",
                 valname="clerk.calibration.l4_nfov_pc.absolute_flux",
                 valtype="dip.base.Calibration"];
  l4_nfov_pc_ctcal [label="nfov_pc core throughput 1..1", shape="cds",
                 valname="clerk.calibration.l4_nfov_pc.core_thruput",
                 valtype="dip.base.Calibration"];
  l4_nfov_pc_ndfilt [label="nfov_pc ND filter 1..1", shape="cds",
                 valname="clerk.calibration.l4_nfov_pc.nd_filter",
                 valtype="dip.base.Calibration"];

  l4_pol_a_odir [label="Output path for L4_pol_a 1..1", shape="ellipse",
                 valname="clerk.configuration.l4_pol_a.outdir",
                 valtype="dip.base.Configuration"];
  l4_pol_a_rec [label="recipe L4_pol_a 1..1", shape="cds",
                 valname="clerk.recipe.l4_pol_a.recipe",
                 valtype="dip.base.Recipe"];
  l4_pol_a_afcal [label="pol_a absolute flux 1..1", shape="cds",
                 valname="clerk.calibration.l4_pol_a.absolute_flux",
                 valtype="dip.base.Calibration"];
  l4_pol_a_ctcal [label="pol_a core throughput 1..1", shape="cds",
                 valname="clerk.calibration.l4_pol_a.core_thruput",
                 valtype="dip.base.Calibration"];
  l4_pol_a_ndfilt [label="pol_a ND filter 1..1", shape="cds",
                 valname="clerk.calibration.l4_pol_a.nd_filter",
                 valtype="dip.base.Calibration"];

  l4_pol_pc_odir [label="Output path for L4_pol_pc 1..1", shape="ellipse",
                 valname="clerk.configuration.l4_pol_pc.outdir",
                 valtype="dip.base.Configuration"];
  l4_pol_pc_rec [label="recipe L4_pol_pc 1..1", shape="cds",
                 valname="clerk.recipe.l4_pol_pc.recipe",
                 valtype="dip.base.Recipe"];
  l4_pol_pc_afcal [label="pol_pc absolute flux 1..1", shape="cds",
                 valname="clerk.calibration.l4_pol_pc.absolute_flux",
                 valtype="dip.base.Calibration"];
  l4_pol_pc_ctcal [label="pol_pc core throughput 1..1", shape="cds",
                 valname="clerk.calibration.l4_pol_pc.core_thruput",
                 valtype="dip.base.Calibration"];
  l4_pol_pc_ndfilt [label="pol_pc ND filter 1..1", shape="cds",
                 valname="clerk.calibration.l4_pol_pc.nd_filter",
                 valtype="dip.base.Calibration"];

  l4_spec_a_odir [label="Output path for L4_spec_a 1..1", shape="ellipse",
                 valname="clerk.configuration.l4_spec_a.outdir",
                 valtype="dip.base.Configuration"];
  l4_spec_a_rec [label="recipe L4_spec_a 1..1", shape="cds",
                 valname="clerk.recipe.l4_spec_a.recipe",
                 valtype="dip.base.Recipe"];
  l4_spec_a_afcal [label="spec_a absolute flux 1..1", shape="cds",
                 valname="clerk.calibration.l4_spec_a.absolute_flux",
                 valtype="dip.base.Calibration"];
  l4_spec_a_ctcal [label="spec_a core throughput 1..1", shape="cds",
                 valname="clerk.calibration.l4_spec_a.core_thruput",
                 valtype="dip.base.Calibration"];
  l4_spec_a_ndfilt [label="spec_a ND filter 1..1", shape="cds",
                 valname="clerk.calibration.l4_spec_a.nd_filter",
                 valtype="dip.base.Calibration"];
  l4_spec_a_stmap [label="spec_a slit transmission map 1..1", shape="cds",
                 valname="clerk.calibration.l4_spec_a.slit_transmission_map",
                 valtype="dip.base.Calibration"];
  l4_spec_a_tspi [label="spec_a target star prism image 1..1", shape="cds",
                 valname="clerk.calibration.l4_spec_a.target_star_prism_image",
                 valtype="dip.base.Calibration"];
  l4_spec_a_rspi [label="spec_a reference star prism image 1..1", shape="cds",
                 valname="clerk.calibration.l4_spec_a.ref_star_prism_image",
                 valtype="dip.base.Calibration"];
  l4_spec_a_lsf [label="spec_a ND filter line spread function", shape="cds",
                 valname="clerk.calibration.l4_spec_a.line_spread_function",
                 valtype="dip.base.Calibration"];

  l4_spec_pc_odir [label="Output path for L4_spec_pc 1..1", shape="ellipse",
                 valname="clerk.configuration.l4_spec_pc.outdir",
                 valtype="dip.base.Configuration"];
  l4_spec_pc_rec [label="recipe L4_spec_pc 1..1", shape="cds",
                 valname="clerk.recipe.l4_spec_pc.recipe",
                 valtype="dip.base.Recipe"];
  l4_spec_pc_afcal [label="spec_pc absolute flux 1..1", shape="cds",
                 valname="clerk.calibration.l4_spec_pc.absolute_flux",
                 valtype="dip.base.Calibration"];
  l4_spec_pc_ctcal [label="spec_pc core throughput 1..1", shape="cds",
                 valname="clerk.calibration.l4_spec_pc.core_thruput",
                 valtype="dip.base.Calibration"];
  l4_spec_pc_ndfilt [label="spec_pc ND filter 1..1", shape="cds",
                 valname="clerk.calibration.l4_spec_pc.nd_filter",
                 valtype="dip.base.Calibration"];
  l4_spec_pc_stmap [label="spec_a slit transmission map 1..1", shape="cds",
                 valname="clerk.calibration.l4_spec_pc.slit_transmission_map",
                 valtype="dip.base.Calibration"];
  l4_spec_pc_tspi [label="spec_a target star prism image 1..1", shape="cds",
                 valname="clerk.calibration.l4_spec_pc.target_star_prism_image",
                 valtype="dip.base.Calibration"];
  l4_spec_pc_rspi [label="spec_a reference star prism image 1..1", shape="cds",
                 valname="clerk.calibration.l4_spec_pc.ref_star_prism_image",
                 valtype="dip.base.Calibration"];
  l4_spec_pc_lsf [label="spec_a ND filter line spread function", shape="cds",
                 valname="clerk.calibration.l4_spec_pc.line_spread_function",
                 valtype="dip.base.Calibration"];

  l4_wfov_a_odir [label="Output path for L4_wfov_a 1..1", shape="ellipse",
                 valname="clerk.configuration.l4_wfov_a.outdir",
                 valtype="dip.base.Configuration"];
  l4_wfov_a_rec [label="recipe L4_wfov_a 1..1", shape="cds",
                 valname="clerk.recipe.l4_wfov_a.recipe",
                 valtype="dip.base.Recipe"];
  l4_wfov_a_afcal [label="wfov_a absolute flux 1..1", shape="cds",
                 valname="clerk.calibration.l4_wfov_a.absolute_flux",
                 valtype="dip.base.Calibration"];
  l4_wfov_a_ctcal [label="wfov_a core throughput 1..1", shape="cds",
                 valname="clerk.calibration.l4_wfov_a.core_thruput",
                 valtype="dip.base.Calibration"];
  l4_wfov_a_ndfilt [label="wfov_a ND filter 1..1", shape="cds",
                 valname="clerk.calibration.l4_wfov_a.nd_filter",
                 valtype="dip.base.Calibration"];

  l4_wfov_pc_odir [label="Output path for L4_wfov_pc 1..1", shape="ellipse",
                 valname="clerk.configuration.l4_wfov_pc.outdir",
                 valtype="dip.base.Configuration"];
  l4_wfov_pc_rec [label="recipe L4_wfov_pc 1..1", shape="cds",
                 valname="clerk.recipe.l4_wfov_pc.recipe",
                 valtype="dip.base.Recipe"];
  l4_wfov_pc_afcal [label="wfov_pc absolute flux 1..1", shape="cds",
                 valname="clerk.calibration.l4_wfov_pc.absolute_flux",
                 valtype="dip.base.Calibration"];
  l4_wfov_pc_ctcal [label="wfov_pc core throughput 1..1", shape="cds",
                 valname="clerk.calibration.l4_wfov_pc.core_thruput",
                 valtype="dip.base.Calibration"];
  l4_wfov_pc_ndfilt [label="wfov_pc ND filter 1..1", shape="cds",
                 valname="clerk.calibration.l4_wfov_pc.nd_filter",
                 valtype="dip.base.Calibration"];
  // end l4
  alarm_cal -> calib [style="dashed"];
  alarm_rec -> recipe [style="dashed"];

  calib -> eng_a_cpgs;
  calib -> l1_eng_a_nln;
  calib -> l2a_eng_a_mbpm;
  calib -> l2a_eng_a_dnb;
  calib -> l2a_eng_a_nm;
  calib -> l2a_eng_a_ff;
  calib -> l2a_eng_a_kgain;
  calib -> l2a_eng_a_emg;
  config -> l1_eng_a_odir;
  config -> l2a_eng_a_odir;
  recipe -> l1_eng_a_rec;
  recipe -> l2a_eng_a_rec;

  calib -> l1_nfov_a_nllut;
  calib -> l2a_nfov_a_mbpm;
  calib -> l2a_nfov_a_dnb;
  calib -> l2a_nfov_a_cti;
  calib -> l2a_nfov_a_ff;
  calib -> l2a_nfov_a_kgain;
  calib -> l2a_nfov_a_emg;
  calib -> l2b_nfov_a_distm;
  calib -> l2b_nfov_a_excicrf;
  calib -> l2b_nfov_a_excfovps;
  calib -> l3_nfov_a_cal;
  calib -> l4_nfov_a_afcal;
  calib -> l4_nfov_a_ctcal;
  calib -> l4_nfov_a_ndfilt;
  config -> l1_nfov_a_odir;
  config -> l2a_nfov_a_odir;
  config -> l2b_nfov_a_odir;
  config -> l3_nfov_a_odir;
  config -> l4_nfov_a_odir;
  recipe -> l1_nfov_a_rec;
  recipe -> l2a_nfov_a_rec;
  recipe -> l2b_nfov_a_rec;
  recipe -> l3_nfov_a_rec;
  recipe -> l4_nfov_a_rec;

  calib -> l1_nfov_pc_nllut;
  calib -> l2a_nfov_pc_mbpm;
  calib -> l2a_nfov_pc_dnb;
  calib -> l2a_nfov_pc_cti;
  calib -> l2a_nfov_pc_ff;
  calib -> l2a_nfov_pc_kgain;
  calib -> l2a_nfov_pc_emg;
  calib -> l2b_nfov_pc_distm;
  calib -> l2b_nfov_pc_excicrf;
  calib -> l2b_nfov_pc_excfovps;
  calib -> l3_nfov_pc_cal;
  calib -> l4_nfov_pc_afcal;
  calib -> l4_nfov_pc_ctcal;
  calib -> l4_nfov_pc_ndfilt;
  config -> l1_nfov_pc_odir;
  config -> l2a_nfov_pc_odir;
  config -> l2b_nfov_pc_odir;
  config -> l3_nfov_pc_odir;
  config -> l4_nfov_pc_odir;
  recipe -> l1_nfov_pc_rec;
  recipe -> l2a_nfov_pc_rec;
  recipe -> l2b_nfov_pc_rec;
  recipe -> l3_nfov_pc_rec;
  recipe -> l4_nfov_pc_rec;

  calib -> l1_pol_a_nllut;
  calib -> l2a_pol_a_mbpm;
  calib -> l2a_pol_a_dnb;
  calib -> l2a_pol_a_cti;
  calib -> l2a_pol_a_polff;
  calib -> l2a_pol_a_kgain;
  calib -> l2a_pol_a_emg;
  calib -> l2b_pol_a_distm;
  calib -> l2b_pol_a_excicrf;
  calib -> l2b_pol_a_excfovps;
  calib -> l2b_pol_a_cfamfo;
  calib -> l3_pol_a_mueller;
  calib -> l4_pol_a_afcal;
  calib -> l4_pol_a_ctcal;
  calib -> l4_pol_a_ndfilt;
  config -> l1_pol_a_odir;
  config -> l2a_pol_a_odir;
  config -> l2b_pol_a_odir;
  config -> l3_pol_a_odir;
  config -> l4_pol_a_odir;
  recipe -> l1_pol_a_rec;
  recipe -> l2a_pol_a_rec;
  recipe -> l2b_pol_a_rec;
  recipe -> l3_pol_a_rec;
  recipe -> l4_pol_a_rec;

  calib -> l1_pol_pc_nllut;
  calib -> l2a_pol_pc_mbpm;
  calib -> l2a_pol_pc_dnb;
  calib -> l2a_pol_pc_cti;
  calib -> l2a_pol_pc_polff;
  calib -> l2a_pol_pc_kgain;
  calib -> l2a_pol_pc_emg;
  calib -> l2b_pol_pc_distm;
  calib -> l2b_pol_pc_excicrf;
  calib -> l2b_pol_pc_excfovps;
  calib -> l2b_pol_pc_cfamfo;
  calib -> l3_pol_pc_mueller;
  calib -> l4_pol_pc_afcal;
  calib -> l4_pol_pc_ctcal;
  calib -> l4_pol_pc_ndfilt;
  config -> l1_pol_pc_odir;
  config -> l2a_pol_pc_odir;
  config -> l2b_pol_pc_odir;
  config -> l3_pol_pc_odir;
  config -> l4_pol_pc_odir;
  recipe -> l1_pol_pc_rec;
  recipe -> l2a_pol_pc_rec;
  recipe -> l2b_pol_pc_rec;
  recipe -> l3_pol_pc_rec;
  recipe -> l4_pol_pc_rec;

  calib -> l1_spec_a_nllut;
  calib -> l2a_spec_a_mbpm;
  calib -> l2a_spec_a_dnb;
  calib -> l2a_spec_a_cti;
  calib -> l2a_spec_a_ff;
  calib -> l2a_spec_a_kgain;
  calib -> l2a_spec_a_emg;
  calib -> l2b_spec_a_distm;
  calib -> l2b_spec_a_excicrf;
  calib -> l2b_spec_a_excfovps;
  calib -> l2b_spec_a_cfamfo;
  calib -> l3_spec_a_dispm;
  calib -> l3_spec_a_wavem;
  calib -> l4_spec_a_afcal;
  calib -> l4_spec_a_ctcal;
  calib -> l4_spec_a_ndfilt;
  config -> l1_spec_a_odir;
  config -> l2a_spec_a_odir;
  config -> l2b_spec_a_odir;
  config -> l3_spec_a_odir;
  config -> l4_spec_a_odir;
  recipe -> l1_spec_a_rec;
  recipe -> l2a_spec_a_rec;
  recipe -> l2b_spec_a_rec;
  recipe -> l3_spec_a_rec;
  recipe -> l4_spec_a_rec;

  calib -> l1_spec_pc_nllut;
  calib -> l2a_spec_pc_mbpm;
  calib -> l2a_spec_pc_dnb;
  calib -> l2a_spec_pc_cti;
  calib -> l2a_spec_pc_ff;
  calib -> l2a_spec_pc_kgain;
  calib -> l2a_spec_pc_emg;
  calib -> l2b_spec_pc_distm;
  calib -> l2b_spec_pc_excicrf;
  calib -> l2b_spec_pc_excfovps;
  calib -> l2b_spec_pc_cfamfo;
  calib -> l3_spec_pc_dispm;
  calib -> l3_spec_pc_wavem;
  calib -> l4_spec_pc_afcal;
  calib -> l4_spec_pc_ctcal;
  calib -> l4_spec_pc_ndfilt;
  config -> l1_spec_pc_odir;
  config -> l2a_spec_pc_odir;
  config -> l2b_spec_pc_odir;
  config -> l3_spec_pc_odir;
  config -> l4_spec_pc_odir;
  recipe -> l1_spec_pc_rec;
  recipe -> l2a_spec_pc_rec;
  recipe -> l2b_spec_pc_rec;
  recipe -> l3_spec_pc_rec;
  recipe -> l4_spec_pc_rec;

  calib -> l1_wfov_a_nllut;
  calib -> l2a_wfov_a_mbpm;
  calib -> l2a_wfov_a_dnb;
  calib -> l2a_wfov_a_cti;
  calib -> l2a_wfov_a_ff;
  calib -> l2a_wfov_a_kgain;
  calib -> l2a_wfov_a_emg;
  calib -> l2b_wfov_a_distm;
  calib -> l2b_wfov_a_excicrf;
  calib -> l2b_wfov_a_excfovps;
  calib -> l3_wfov_a_cal;
  calib -> l4_wfov_a_afcal;
  calib -> l4_wfov_a_ctcal;
  calib -> l4_wfov_a_ndfilt;
  config -> l1_wfov_a_odir;
  config -> l2a_wfov_a_odir;
  config -> l2b_wfov_a_odir;
  config -> l3_wfov_a_odir;
  config -> l4_wfov_a_odir;
  recipe -> l1_wfov_a_rec;
  recipe -> l2a_wfov_a_rec;
  recipe -> l2b_wfov_a_rec;
  recipe -> l3_wfov_a_rec;
  recipe -> l4_wfov_a_rec;

  calib -> l1_wfov_pc_nllut;
  calib -> l2a_wfov_pc_mbpm;
  calib -> l2a_wfov_pc_dnb;
  calib -> l2a_wfov_pc_cti;
  calib -> l2a_wfov_pc_ff;
  calib -> l2a_wfov_pc_kgain;
  calib -> l2a_wfov_pc_emg;
  calib -> l2b_wfov_pc_distm;
  calib -> l2b_wfov_pc_excicrf;
  calib -> l2b_wfov_pc_excfovps;
  calib -> l3_wfov_pc_cal;
  calib -> l4_wfov_pc_afcal;
  calib -> l4_wfov_pc_ctcal;
  calib -> l4_wfov_pc_ndfilt;
  config -> l1_wfov_pc_odir;
  config -> l2a_wfov_pc_odir;
  config -> l2b_wfov_pc_odir;
  config -> l3_wfov_pc_odir;
  config -> l4_wfov_pc_odir;
  recipe -> l1_wfov_pc_rec;
  recipe -> l2a_wfov_pc_rec;
  recipe -> l2b_wfov_pc_rec;
  recipe -> l3_wfov_pc_rec;
  recipe -> l4_wfov_pc_rec;
}
